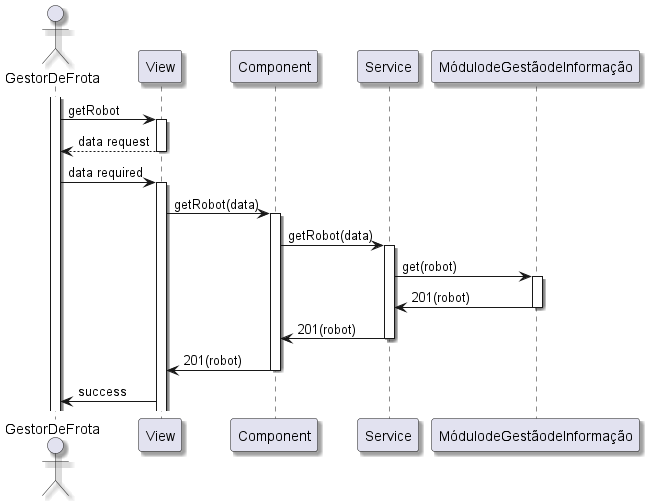
pedrocmesquita/RobDroneGo keeps this PlantUML diagram as docs/SprintB/1210913/us1030/us1030-NVL3.png. Above is the earlier version. Source of this version:
```plantuml
@startuml
skinparam handwritten false
skinparam monochrome false
skinparam packageStyle rect
skinparam defaultFontName FG Virgil
skinparam shadowing true

actor GestorDeFrota as GestorDeFrota

activate GestorDeFrota
GestorDeFrota -> View: getRobot
activate View
View --> GestorDeFrota: data request
deactivate View
GestorDeFrota -> View: data required
activate View
View -> Component: getRobot(data)
activate Component
Component -> Service: getRobot(data)
activate Service
Service -> MódulodeGestãodeInformação: get(robot)
activate MódulodeGestãodeInformação
MódulodeGestãodeInformação -> Service: 201(robot)
deactivate MódulodeGestãodeInformação
Service -> Component: 201(robot)
deactivate Service
Component -> View: 201(robot)
deactivate Component
View -> GestorDeFrota: success

@enduml
```
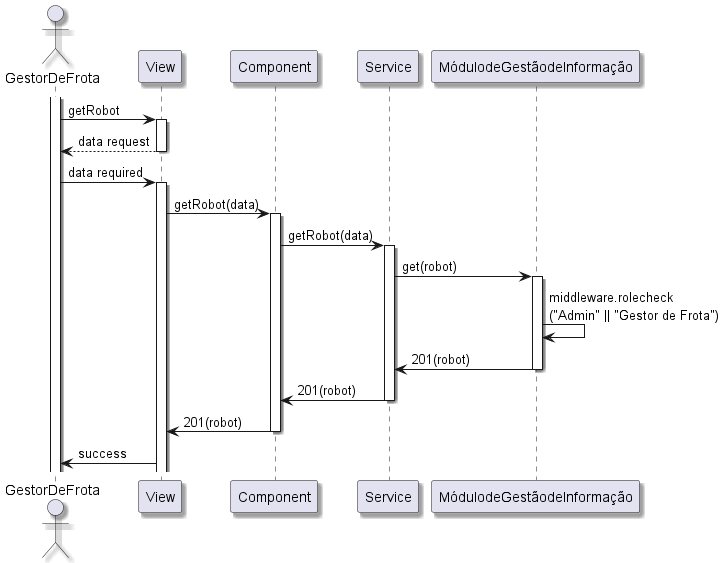
Above is the later version.

Diff of the diagram source:
```diff
@@ -20,6 +20,7 @@
 activate Service
 Service -> MódulodeGestãodeInformação: get(robot)
 activate MódulodeGestãodeInformação
+MódulodeGestãodeInformação -> MódulodeGestãodeInformação: middleware.rolecheck\n("Admin" || "Gestor de Frota")
 MódulodeGestãodeInformação -> Service: 201(robot)
 deactivate MódulodeGestãodeInformação
 Service -> Component: 201(robot)
```
